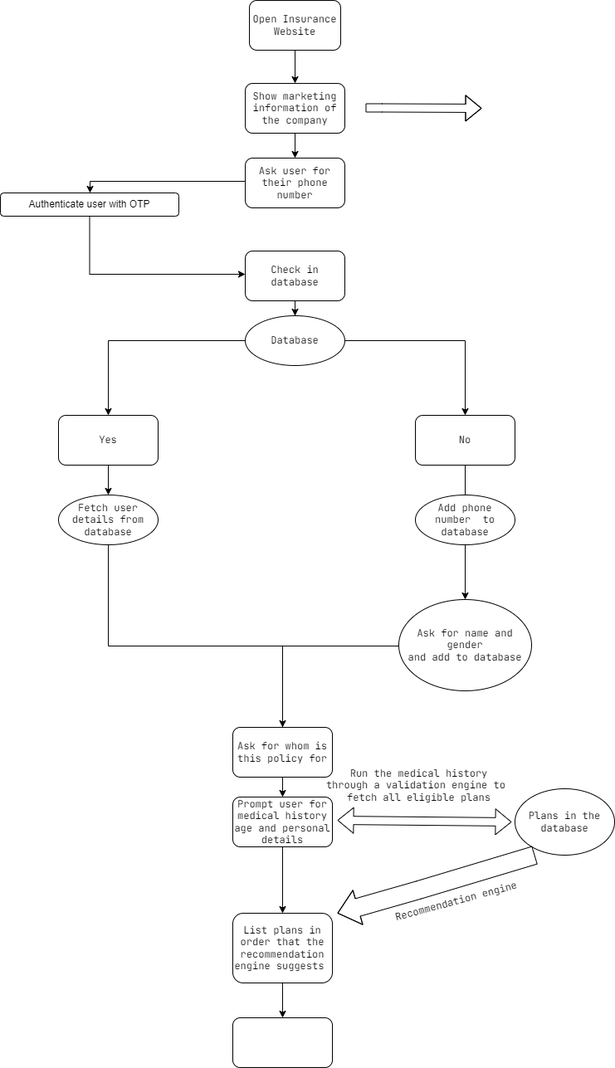
The draw.io diagram Insurance.png in meghrathod/cloud-journey, before a commit. Source tidied: cells renumbered, new cells last; positions are measured from the earlier drawing's top-left corner, leaving out a move shared by most shapes.
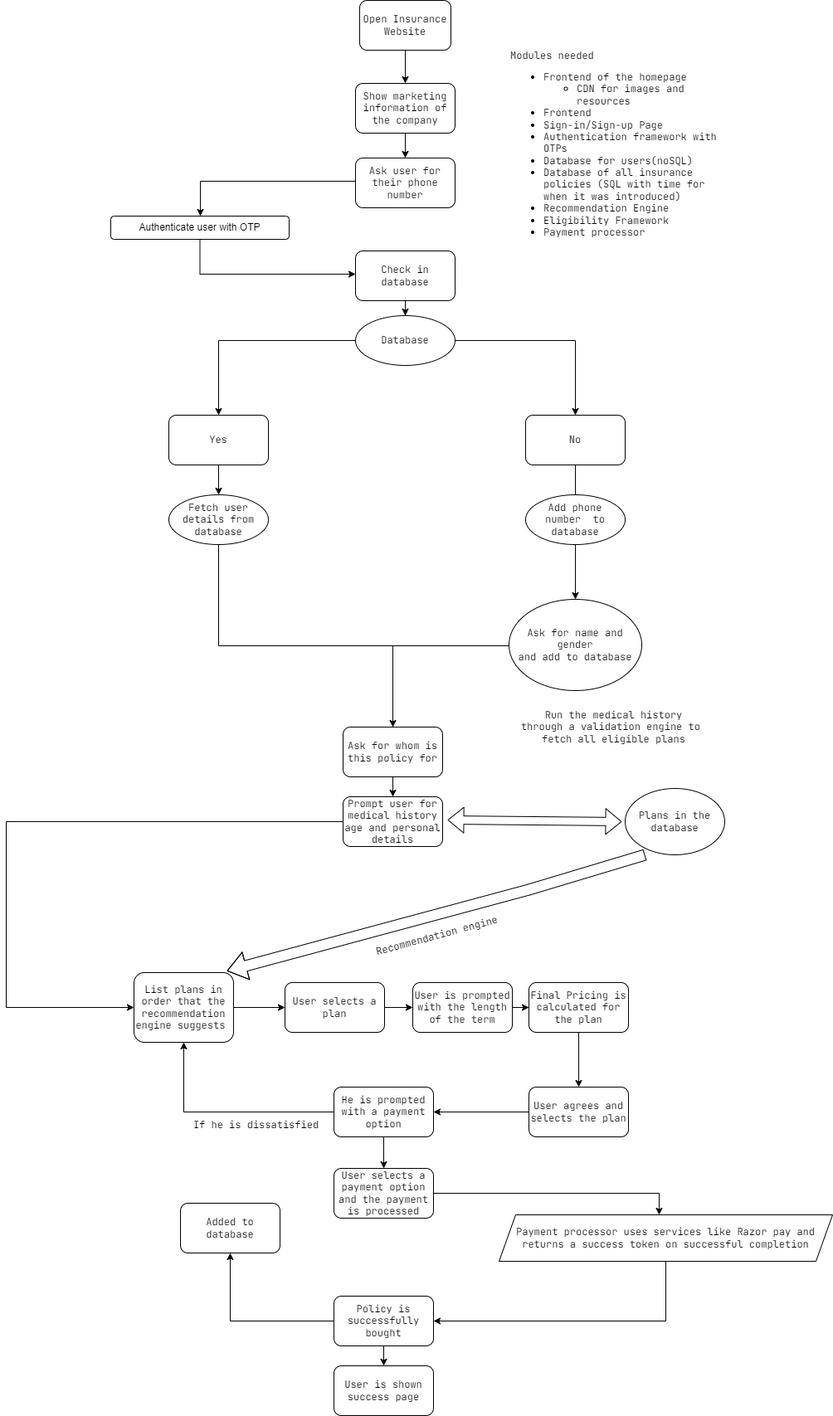
After the commit.

What changed in the source:
```diff
@@ -70,15 +70,6 @@
     <mxCell id="20" value="&lt;font face=&quot;JetBrains Mono&quot;&gt;Add phone number&amp;nbsp; to database&lt;/font&gt;" style="ellipse;whiteSpace=wrap;html=1;" parent="1" vertex="1">
       <mxGeometry x="500" y="596" width="120" height="60" as="geometry" />
     </mxCell>
-    <mxCell id="21" style="shape=flexArrow;endArrow=classic;html=1;rounded=0;" parent="1" edge="1">
-      <mxGeometry relative="1" as="geometry">
-        <mxPoint x="440" y="129.5" as="sourcePoint" />
-        <mxPoint x="580" y="130" as="targetPoint" />
-        <Array as="points">
-          <mxPoint x="460" y="129.5" />
-        </Array>
-      </mxGeometry>
-    </mxCell>
     <mxCell id="22" style="edgeStyle=orthogonalEdgeStyle;rounded=0;jettySize=auto;html=1;fontFamily=JetBrains Mono;fontSource=https%3A%2F%2Ffonts.googleapis.com%2Fcss%3Ffamily%3DJetBrains%2BMono;entryX=0.5;entryY=0;entryDx=0;entryDy=0;startArrow=none;" parent="1" edge="1" source="26">
       <mxGeometry relative="1" as="geometry">
         <mxPoint x="340" y="919" as="targetPoint" />
@@ -115,10 +106,14 @@
       </mxGeometry>
     </mxCell>
     <mxCell id="29" value="Authenticate user with OTP" style="whiteSpace=wrap;html=1;rounded=1;" parent="1" vertex="1">
-      <mxGeometry y="232" width="215" height="28" as="geometry" />
+      <mxGeometry y="260" width="215" height="28" as="geometry" />
     </mxCell>
     <mxCell id="30" style="edgeStyle=orthogonalEdgeStyle;rounded=0;jettySize=auto;html=1;fontFamily=JetBrains Mono;fontSource=https%3A%2F%2Ffonts.googleapis.com%2Fcss%3Ffamily%3DJetBrains%2BMono;" parent="1" edge="1" source="31" target="36">
-      <mxGeometry relative="1" as="geometry" />
+      <mxGeometry relative="1" as="geometry">
+        <Array as="points">
+          <mxPoint x="-126" y="990" />
+        </Array>
+      </mxGeometry>
     </mxCell>
     <mxCell id="31" value="&lt;font face=&quot;JetBrains Mono&quot;&gt;Prompt user for medical history age and personal details&lt;/font&gt;" style="whiteSpace=wrap;html=1;rounded=1;" parent="1" vertex="1">
       <mxGeometry x="280" y="960" width="120" height="60" as="geometry" />
@@ -127,11 +122,11 @@
       <mxGeometry x="620" y="950" width="120" height="80" as="geometry" />
     </mxCell>
     <mxCell id="33" value="Run the medical history&lt;br&gt;through a validation engine to &lt;br&gt;fetch all eligible plans" style="text;html=1;align=center;verticalAlign=middle;strokeColor=none;fillColor=none;fontFamily=JetBrains Mono;perimeterSpacing=4;" parent="1" vertex="1">
-      <mxGeometry x="378" y="918" width="252" height="56" as="geometry" />
+      <mxGeometry x="480" y="848" width="252" height="56" as="geometry" />
     </mxCell>
-    <mxCell id="34" style="shape=flexArrow;endArrow=classic;html=1;rounded=0;fontFamily=JetBrains Mono;fontSource=https%3A%2F%2Ffonts.googleapis.com%2Fcss%3Ffamily%3DJetBrains%2BMono;exitX=0.2;exitY=1;exitDx=0;exitDy=0;exitPerimeter=0;width=22;endSize=8.03;" parent="1" edge="1" source="32">
+    <mxCell id="34" style="shape=flexArrow;endArrow=classic;html=1;rounded=0;fontFamily=JetBrains Mono;fontSource=https%3A%2F%2Ffonts.googleapis.com%2Fcss%3Ffamily%3DJetBrains%2BMono;exitX=0.2;exitY=1;exitDx=0;exitDy=0;exitPerimeter=0;width=13;endSize=7.37;" parent="1" edge="1" source="32">
       <mxGeometry relative="1" as="geometry">
-        <mxPoint x="406" y="1100" as="targetPoint" />
+        <mxPoint x="140" y="1170" as="targetPoint" />
         <Array as="points">
           <mxPoint x="504" y="1072" />
         </Array>
@@ -141,13 +136,89 @@
       <mxGeometry relative="1" as="geometry" />
     </mxCell>
     <mxCell id="36" value="&lt;font face=&quot;JetBrains Mono&quot;&gt;List plans in order that the recommendation engine suggests&amp;nbsp;&lt;/font&gt;" style="whiteSpace=wrap;html=1;rounded=1;" parent="1" vertex="1">
-      <mxGeometry x="280" y="1100" width="120" height="84" as="geometry" />
+      <mxGeometry x="28" y="1172" width="120" height="84" as="geometry" />
     </mxCell>
     <mxCell id="37" value="Recommendation engine" style="text;html=1;align=center;verticalAlign=middle;strokeColor=none;fillColor=none;fontFamily=JetBrains Mono;rotation=-15;" parent="1" vertex="1">
-      <mxGeometry x="458" y="1072" width="182" height="28" as="geometry" />
+      <mxGeometry x="302" y="1114" width="182" height="28" as="geometry" />
     </mxCell>
+    <mxCell id="39" style="edgeStyle=orthogonalEdgeStyle;rounded=0;jettySize=auto;html=1;fontFamily=JetBrains Mono;fontSource=https%3A%2F%2Ffonts.googleapis.com%2Fcss%3Ffamily%3DJetBrains%2BMono;" parent="1" edge="1" source="38" target="41">
+      <mxGeometry relative="1" as="geometry" />
+    </mxCell>
-    <mxCell id="38" style="whiteSpace=wrap;html=1;rounded=1;" parent="1" vertex="1">
-      <mxGeometry x="280" y="1226" width="120" height="60" as="geometry" />
+    <mxCell id="38" value="&lt;font face=&quot;JetBrains Mono&quot;&gt;User selects a plan&lt;/font&gt;" style="whiteSpace=wrap;html=1;rounded=1;" parent="1" vertex="1">
+      <mxGeometry x="210" y="1184" width="120" height="60" as="geometry" />
     </mxCell>
+    <mxCell id="40" style="edgeStyle=orthogonalEdgeStyle;rounded=0;jettySize=auto;html=1;fontFamily=JetBrains Mono;fontSource=https%3A%2F%2Ffonts.googleapis.com%2Fcss%3Ffamily%3DJetBrains%2BMono;" parent="1" edge="1" source="41" target="43">
+      <mxGeometry relative="1" as="geometry" />
+    </mxCell>
+    <mxCell id="41" value="&lt;font face=&quot;JetBrains Mono&quot;&gt;User is prompted with the length of the term&lt;/font&gt;" style="whiteSpace=wrap;html=1;rounded=1;" parent="1" vertex="1">
+      <mxGeometry x="364" y="1184" width="120" height="60" as="geometry" />
+    </mxCell>
+    <mxCell id="42" style="edgeStyle=orthogonalEdgeStyle;rounded=0;jettySize=auto;html=1;fontFamily=JetBrains Mono;fontSource=https%3A%2F%2Ffonts.googleapis.com%2Fcss%3Ffamily%3DJetBrains%2BMono;" parent="1" edge="1" source="43" target="45">
+      <mxGeometry relative="1" as="geometry" />
+    </mxCell>
+    <mxCell id="43" value="&lt;font face=&quot;JetBrains Mono&quot;&gt;Final Pricing is calculated for the plan&lt;/font&gt;" style="whiteSpace=wrap;html=1;rounded=1;" parent="1" vertex="1">
+      <mxGeometry x="504" y="1184" width="120" height="60" as="geometry" />
+    </mxCell>
+    <mxCell id="44" style="edgeStyle=orthogonalEdgeStyle;rounded=0;jettySize=auto;html=1;fontFamily=JetBrains Mono;fontSource=https%3A%2F%2Ffonts.googleapis.com%2Fcss%3Ffamily%3DJetBrains%2BMono;" parent="1" edge="1" source="45" target="48">
+      <mxGeometry relative="1" as="geometry">
+        <Array as="points">
+          <mxPoint x="504" y="1340" />
+          <mxPoint x="504" y="1340" />
+        </Array>
+      </mxGeometry>
+    </mxCell>
+    <mxCell id="45" value="&lt;font face=&quot;JetBrains Mono&quot;&gt;User agrees and selects the plan&lt;/font&gt;" style="whiteSpace=wrap;html=1;rounded=1;" parent="1" vertex="1">
+      <mxGeometry x="504" y="1310" width="120" height="60" as="geometry" />
+    </mxCell>
+    <mxCell id="46" style="edgeStyle=orthogonalEdgeStyle;rounded=0;jettySize=auto;html=1;fontFamily=JetBrains Mono;fontSource=https%3A%2F%2Ffonts.googleapis.com%2Fcss%3Ffamily%3DJetBrains%2BMono;" parent="1" edge="1" source="48" target="50">
+      <mxGeometry relative="1" as="geometry" />
+    </mxCell>
+    <mxCell id="47" style="edgeStyle=orthogonalEdgeStyle;rounded=0;jettySize=auto;html=1;exitX=0;exitY=0.5;exitDx=0;exitDy=0;entryX=0.5;entryY=1;entryDx=0;entryDy=0;fontFamily=JetBrains Mono;fontSource=https%3A%2F%2Ffonts.googleapis.com%2Fcss%3Ffamily%3DJetBrains%2BMono;" parent="1" edge="1" source="48" target="36">
+      <mxGeometry relative="1" as="geometry" />
+    </mxCell>
+    <mxCell id="48" value="&lt;font face=&quot;JetBrains Mono&quot;&gt;He is prompted with a payment option&lt;br&gt;&lt;/font&gt;" style="whiteSpace=wrap;html=1;rounded=1;" parent="1" vertex="1">
+      <mxGeometry x="269" y="1310" width="120" height="60" as="geometry" />
+    </mxCell>
+    <mxCell id="49" style="edgeStyle=orthogonalEdgeStyle;rounded=0;jettySize=auto;html=1;fontFamily=JetBrains Mono;fontSource=https%3A%2F%2Ffonts.googleapis.com%2Fcss%3Ffamily%3DJetBrains%2BMono;" parent="1" edge="1" source="50" target="52">
+      <mxGeometry relative="1" as="geometry">
+        <Array as="points">
+          <mxPoint x="661" y="1438" />
+        </Array>
+      </mxGeometry>
+    </mxCell>
+    <mxCell id="50" value="&lt;font face=&quot;JetBrains Mono&quot;&gt;User selects a payment option and the payment is processed&lt;br&gt;&lt;/font&gt;" style="whiteSpace=wrap;html=1;rounded=1;" parent="1" vertex="1">
+      <mxGeometry x="269" y="1408" width="120" height="60" as="geometry" />
+    </mxCell>
+    <mxCell id="51" style="edgeStyle=orthogonalEdgeStyle;rounded=0;jettySize=auto;html=1;entryX=1;entryY=0.5;entryDx=0;entryDy=0;fontFamily=JetBrains Mono;fontSource=https%3A%2F%2Ffonts.googleapis.com%2Fcss%3Ffamily%3DJetBrains%2BMono;" parent="1" edge="1" source="52" target="55">
+      <mxGeometry relative="1" as="geometry">
+        <Array as="points">
+          <mxPoint x="669" y="1592" />
+        </Array>
+      </mxGeometry>
+    </mxCell>
+    <mxCell id="52" value="Payment processor uses services like Razor pay and returns a success token on successful completion" style="shape=parallelogram;perimeter=parallelogramPerimeter;whiteSpace=wrap;html=1;fixedSize=1;fontFamily=JetBrains Mono;fontSource=https%3A%2F%2Ffonts.googleapis.com%2Fcss%3Ffamily%3DJetBrains%2BMono;" parent="1" vertex="1">
+      <mxGeometry x="468" y="1464" width="402" height="56" as="geometry" />
+    </mxCell>
+    <mxCell id="53" style="edgeStyle=orthogonalEdgeStyle;rounded=0;jettySize=auto;html=1;fontFamily=JetBrains Mono;fontSource=https%3A%2F%2Ffonts.googleapis.com%2Fcss%3Ffamily%3DJetBrains%2BMono;" parent="1" edge="1" source="55" target="56">
+      <mxGeometry relative="1" as="geometry" />
+    </mxCell>
+    <mxCell id="54" style="edgeStyle=orthogonalEdgeStyle;rounded=0;jettySize=auto;html=1;fontFamily=JetBrains Mono;fontSource=https%3A%2F%2Ffonts.googleapis.com%2Fcss%3Ffamily%3DJetBrains%2BMono;" parent="1" edge="1" source="55" target="57">
+      <mxGeometry relative="1" as="geometry" />
+    </mxCell>
+    <mxCell id="55" value="&lt;font face=&quot;JetBrains Mono&quot;&gt;Policy is successfully bought&lt;br&gt;&lt;/font&gt;" style="whiteSpace=wrap;html=1;rounded=1;" parent="1" vertex="1">
+      <mxGeometry x="269" y="1562" width="120" height="60" as="geometry" />
+    </mxCell>
+    <mxCell id="56" value="&lt;font face=&quot;JetBrains Mono&quot;&gt;Added to database&lt;br&gt;&lt;/font&gt;" style="whiteSpace=wrap;html=1;rounded=1;" parent="1" vertex="1">
+      <mxGeometry x="84" y="1450" width="120" height="60" as="geometry" />
+    </mxCell>
+    <mxCell id="57" value="&lt;font face=&quot;JetBrains Mono&quot;&gt;User is shown success page&lt;br&gt;&lt;/font&gt;" style="whiteSpace=wrap;html=1;rounded=1;" parent="1" vertex="1">
+      <mxGeometry x="269" y="1646" width="120" height="60" as="geometry" />
+    </mxCell>
+    <mxCell id="58" value="If he is dissatisfied" style="text;html=1;align=center;verticalAlign=middle;strokeColor=none;fillColor=none;fontFamily=JetBrains Mono;" parent="1" vertex="1">
+      <mxGeometry x="84" y="1342" width="182" height="28" as="geometry" />
+    </mxCell>
+    <mxCell id="59" value="Modules needed&lt;br&gt;&lt;ul&gt;&lt;li&gt;Frontend of the homepage&lt;/li&gt;&lt;ul&gt;&lt;li&gt;CDN for images and resources&lt;/li&gt;&lt;/ul&gt;&lt;li&gt;Frontend&amp;nbsp;&lt;/li&gt;&lt;li&gt;Sign-in/Sign-up Page&lt;/li&gt;&lt;li&gt;Authentication framework with OTPs&lt;/li&gt;&lt;li&gt;Database for users(noSQL)&lt;/li&gt;&lt;li&gt;Database of all insurance policies (SQL with time for when it was introduced)&lt;/li&gt;&lt;li&gt;Recommendation Engine&lt;/li&gt;&lt;li&gt;Eligibility Framework&lt;/li&gt;&lt;li&gt;Payment processor&lt;/li&gt;&lt;/ul&gt;" style="text;html=1;strokeColor=none;fillColor=none;align=left;verticalAlign=middle;whiteSpace=wrap;rounded=0;fontFamily=JetBrains Mono;fontSource=https%3A%2F%2Ffonts.googleapis.com%2Fcss%3Ffamily%3DJetBrains%2BMono;" parent="1" vertex="1">
+      <mxGeometry x="480" y="60" width="262" height="238" as="geometry" />
+    </mxCell>
   </root>
 </mxGraphModel>
```
